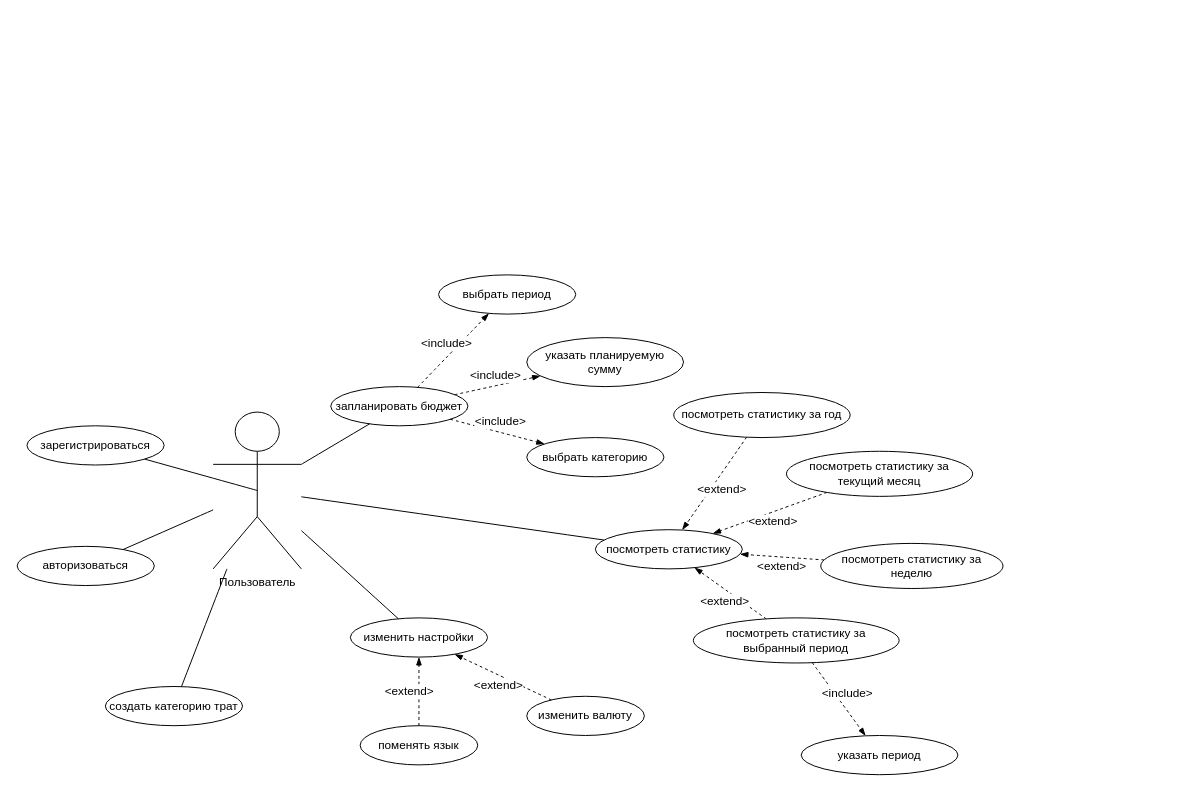
Earlier version of the draw.io diagram диаграммы/ДВИ.drawio (nastyatomchuk/diplom). Source tidied: cells renumbered, new cells numbered last; positions are measured from the earlier drawing's top-left corner, leaving out a move shared by most shapes. Both pictures are drawn from the tidied source at 98%, with x=0, y=0 at pixel (17, 274).
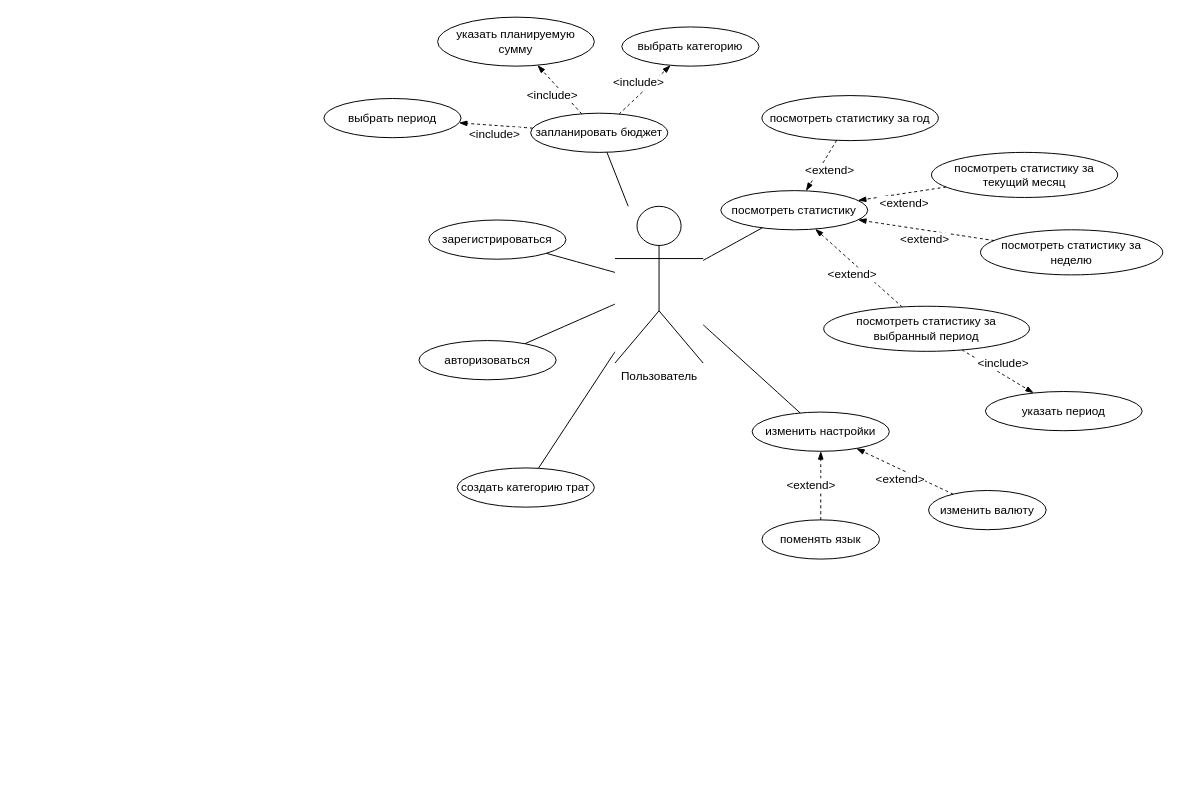
The same page after the edit.

Diff of the diagram source:
```diff
@@
     <mxCell id="2" value="Пользователь" style="shape=umlActor;verticalLabelPosition=bottom;verticalAlign=top;html=1;outlineConnect=0;" parent="1" vertex="1">
-      <mxGeometry x="200" y="140" width="90" height="160" as="geometry" />
+      <mxGeometry x="610" y="-70" width="90" height="160" as="geometry" />
     </mxCell>
     <mxCell id="3" value="изменить настройки" style="ellipse;whiteSpace=wrap;html=1;" parent="1" vertex="1">
-      <mxGeometry x="340" y="350" width="140" height="40" as="geometry" />
+      <mxGeometry x="750" y="140" width="140" height="40" as="geometry" />
     </mxCell>
     <mxCell id="4" value="изменить валюту" style="ellipse;whiteSpace=wrap;html=1;" parent="1" vertex="1">
-      <mxGeometry x="520" y="430" width="120" height="40" as="geometry" />
+      <mxGeometry x="930" y="220" width="120" height="40" as="geometry" />
     </mxCell>
     <mxCell id="5" value="поменять язык" style="ellipse;whiteSpace=wrap;html=1;" parent="1" vertex="1">
-      <mxGeometry x="350" y="460" width="120" height="40" as="geometry" />
+      <mxGeometry x="760" y="250" width="120" height="40" as="geometry" />
     </mxCell>
@@
     <mxCell id="9" value="зарегистрироваться" style="ellipse;whiteSpace=wrap;html=1;" parent="1" vertex="1">
-      <mxGeometry x="10" y="154" width="140" height="40" as="geometry" />
+      <mxGeometry x="420" y="-56" width="140" height="40" as="geometry" />
     </mxCell>
-    <mxCell id="10" style="endArrow=none;html=1;rounded=0;fontSize=12;startSize=8;endSize=8;curved=1;exitX=0.5;exitY=0.5;exitDx=0;exitDy=0;exitPerimeter=0;" parent="1" edge="1" source="2" target="9">
+    <mxCell id="10" style="endArrow=none;html=1;rounded=0;fontSize=12;startSize=8;endSize=8;curved=1;" parent="1" edge="1" source="2" target="9">
       <mxGeometry relative="1" as="geometry" />
     </mxCell>
     <mxCell id="11" value="авторизоваться" style="ellipse;whiteSpace=wrap;html=1;" parent="1" vertex="1">
-      <mxGeometry y="277" width="140" height="40" as="geometry" />
+      <mxGeometry x="410" y="67" width="140" height="40" as="geometry" />
     </mxCell>
@@
     <mxCell id="13" value="посмотреть статистику" style="ellipse;whiteSpace=wrap;html=1;" parent="1" vertex="1">
-      <mxGeometry x="590" y="260" width="150" height="40" as="geometry" />
+      <mxGeometry x="718" y="-86" width="150" height="40" as="geometry" />
     </mxCell>
@@
     <mxCell id="15" value="посмотреть статистику за год" style="ellipse;whiteSpace=wrap;html=1;" parent="1" vertex="1">
-      <mxGeometry x="670" y="120" width="180" height="46" as="geometry" />
+      <mxGeometry x="760" y="-183" width="180" height="46" as="geometry" />
     </mxCell>
     <mxCell id="16" value="посмотреть статистику за текущий месяц" style="ellipse;whiteSpace=wrap;html=1;" parent="1" vertex="1">
-      <mxGeometry x="785" y="180" width="190" height="46" as="geometry" />
+      <mxGeometry x="933" y="-125" width="190" height="46" as="geometry" />
     </mxCell>
     <mxCell id="17" value="посмотреть статистику за неделю" style="ellipse;whiteSpace=wrap;html=1;" parent="1" vertex="1">
-      <mxGeometry x="820" y="274" width="186" height="46" as="geometry" />
+      <mxGeometry x="983" y="-46" width="186" height="46" as="geometry" />
     </mxCell>
     <mxCell id="18" value="посмотреть статистику за выбранный период" style="ellipse;whiteSpace=wrap;html=1;" parent="1" vertex="1">
-      <mxGeometry x="690" y="350" width="210" height="46" as="geometry" />
+      <mxGeometry x="823" y="32" width="210" height="46" as="geometry" />
     </mxCell>
     <mxCell id="19" value="указать период" style="ellipse;whiteSpace=wrap;html=1;" parent="1" vertex="1">
-      <mxGeometry x="800" y="470" width="160" height="40" as="geometry" />
+      <mxGeometry x="988" y="119" width="160" height="40" as="geometry" />
     </mxCell>
@@
     <mxCell id="25" value="запланировать бюджет" style="ellipse;whiteSpace=wrap;html=1;" parent="1" vertex="1">
-      <mxGeometry x="320" y="114" width="140" height="40" as="geometry" />
+      <mxGeometry x="524" y="-165" width="140" height="40" as="geometry" />
     </mxCell>
     <mxCell id="26" value="выбрать категорию" style="ellipse;whiteSpace=wrap;html=1;" parent="1" vertex="1">
-      <mxGeometry x="520" y="166" width="140" height="40" as="geometry" />
+      <mxGeometry x="617" y="-253" width="140" height="40" as="geometry" />
     </mxCell>
     <mxCell id="27" value="указать планируемую сумму" style="ellipse;whiteSpace=wrap;html=1;" parent="1" vertex="1">
-      <mxGeometry x="520" y="64" width="160" height="50" as="geometry" />
+      <mxGeometry x="429" y="-263" width="160" height="50" as="geometry" />
     </mxCell>
     <mxCell id="28" value="выбрать период" style="ellipse;whiteSpace=wrap;html=1;" parent="1" vertex="1">
-      <mxGeometry x="430" width="140" height="40" as="geometry" />
+      <mxGeometry x="313" y="-180" width="140" height="40" as="geometry" />
     </mxCell>
@@
     <mxCell id="33" value="создать категорию трат" style="ellipse;whiteSpace=wrap;html=1;" parent="1" vertex="1">
-      <mxGeometry x="90" y="420" width="140" height="40" as="geometry" />
+      <mxGeometry x="449" y="197" width="140" height="40" as="geometry" />
     </mxCell>
```
